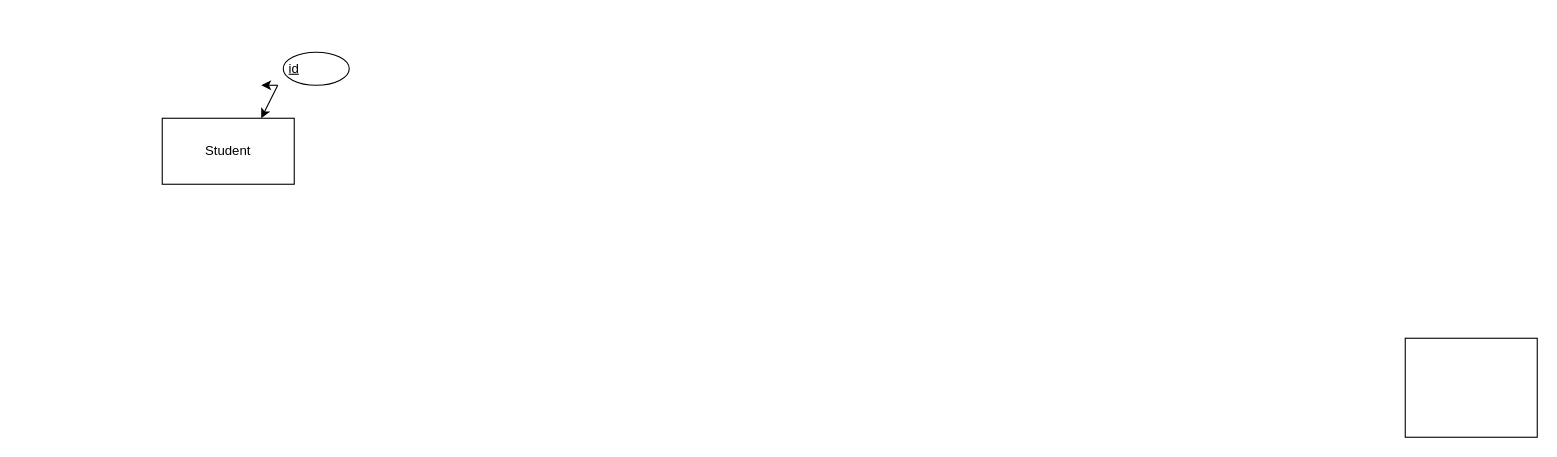
Above: Untitled Diagram.drawio in moali7061/school_system (draw.io), before the change. Source tidied: cells renumbered, new cells numbered last; positions are measured from the earlier drawing's top-left corner, leaving out a move shared by most shapes. Both pictures are drawn from the tidied source at 110%, with x=0, y=0 at pixel (162, 52).
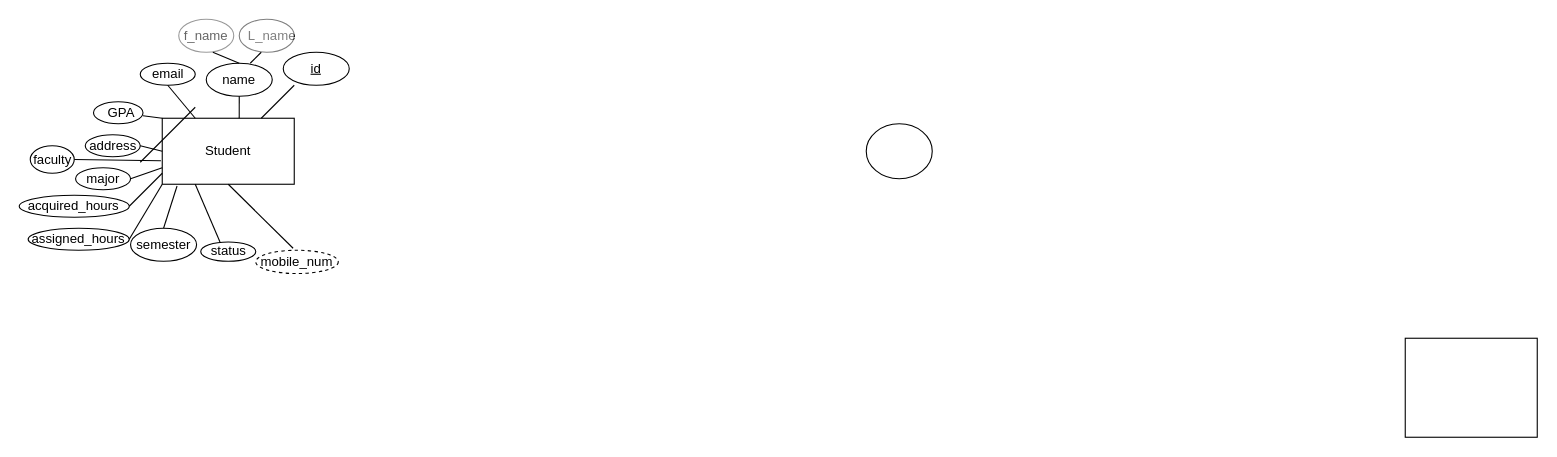
Above is the later version.

Unchanged cells that the change refers to:
```xml
<mxCell id="2" style="rounded=0;whiteSpace=wrap;html=1;" parent="1" vertex="1">
  <mxGeometry y="60" width="120" height="60" as="geometry" />
</mxCell>
```

Diff of the diagram source:
```diff
@@
-    <mxCell id="6" style="edgeStyle=none;rounded=0;jettySize=auto;html=1;exitX=0.25;exitY=1;exitDx=0;exitDy=0;entryX=0.75;entryY=0;entryDx=0;entryDy=0;" parent="1" edge="1" source="7" target="2">
-      <mxGeometry relative="1" as="geometry" />
-    </mxCell>
+    <mxCell id="8" style="edgeStyle=none;rounded=0;orthogonalLoop=1;jettySize=auto;html=1;exitX=0;exitY=1;exitDx=0;exitDy=0;" parent="1" edge="1" source="7" target="7">
+      <mxGeometry relative="1" as="geometry" />
+    </mxCell>
+    <mxCell id="9" style="endArrow=none;html=1;rounded=0;" parent="1" edge="1" source="2">
+      <mxGeometry relative="1" as="geometry">
+        <mxPoint x="120" y="30" as="targetPoint" />
+      </mxGeometry>
+    </mxCell>
+    <mxCell id="10" style="ellipse;whiteSpace=wrap;html=1;" parent="1" vertex="1">
+      <mxGeometry x="40" y="10" width="60" height="30" as="geometry" />
+    </mxCell>
+    <mxCell id="11" value="name" style="text;html=1;align=center;verticalAlign=middle;whiteSpace=wrap;rounded=0;" parent="1" vertex="1">
+      <mxGeometry x="45" y="15" width="50" height="20" as="geometry" />
+    </mxCell>
+    <mxCell id="12" style="edgeStyle=none;rounded=0;orthogonalLoop=1;jettySize=auto;html=1;exitX=0;exitY=1;exitDx=0;exitDy=0;" parent="1" edge="1" source="11" target="11">
+      <mxGeometry relative="1" as="geometry" />
+    </mxCell>
+    <mxCell id="13" value="f_name" style="text;html=1;align=center;verticalAlign=middle;whiteSpace=wrap;rounded=0;" parent="1" vertex="1">
+      <mxGeometry x="10" y="-30" width="60" height="30" as="geometry" />
+    </mxCell>
+    <mxCell id="14" value="L_name" style="text;html=1;align=center;verticalAlign=middle;whiteSpace=wrap;rounded=0;" parent="1" vertex="1">
+      <mxGeometry x="70" y="-30" width="60" height="30" as="geometry" />
+    </mxCell>
+    <mxCell id="15" style="ellipse;whiteSpace=wrap;html=1;" parent="1" vertex="1">
+      <mxGeometry x="640" y="65" width="60" height="50" as="geometry" />
+    </mxCell>
+    <mxCell id="16" style="ellipse;whiteSpace=wrap;html=1;opacity=50;" parent="1" vertex="1">
+      <mxGeometry x="70" y="-30" width="50" height="30" as="geometry" />
+    </mxCell>
+    <mxCell id="17" style="ellipse;whiteSpace=wrap;html=1;opacity=40;" parent="1" vertex="1">
+      <mxGeometry x="15" y="-30" width="50" height="30" as="geometry" />
+    </mxCell>
+    <mxCell id="18" style="endArrow=none;html=1;rounded=0;" parent="1" edge="1">
+      <mxGeometry relative="1" as="geometry">
+        <mxPoint x="80" y="10" as="sourcePoint" />
+        <mxPoint x="90" as="targetPoint" />
+      </mxGeometry>
+    </mxCell>
+    <mxCell id="19" style="endArrow=none;html=1;rounded=0;exitX=0.5;exitY=0;exitDx=0;exitDy=0;" parent="1" edge="1" source="10">
+      <mxGeometry relative="1" as="geometry">
+        <mxPoint x="46" as="targetPoint" />
+      </mxGeometry>
+    </mxCell>
     <mxCell id="7" value="&lt;u&gt;id&lt;/u&gt;" style="text;html=1;align=center;verticalAlign=middle;whiteSpace=wrap;rounded=0;" parent="1" vertex="1">
-      <mxGeometry x="90" width="60" height="30" as="geometry" />
+      <mxGeometry x="110" width="60" height="30" as="geometry" />
     </mxCell>
-    <mxCell id="8" style="edgeStyle=orthogonalEdgeStyle;rounded=0;orthogonalLoop=1;jettySize=auto;html=1;exitX=0.25;exitY=1;exitDx=0;exitDy=0;entryX=0;entryY=1;entryDx=0;entryDy=0;" parent="1" edge="1" source="7" target="7">
-      <mxGeometry relative="1" as="geometry" />
-    </mxCell>
+    <mxCell id="20" style="endArrow=none;html=1;rounded=0;exitX=0.583;exitY=0;exitDx=0;exitDy=0;exitPerimeter=0;" parent="1" edge="1" source="2">
+      <mxGeometry relative="1" as="geometry">
+        <mxPoint x="70" y="40" as="targetPoint" />
+      </mxGeometry>
+    </mxCell>
+    <mxCell id="21" style="ellipse;whiteSpace=wrap;html=1;" parent="1" vertex="1">
+      <mxGeometry x="-20" y="10" width="50" height="20" as="geometry" />
+    </mxCell>
+    <mxCell id="22" value="email" style="text;html=1;align=center;verticalAlign=middle;whiteSpace=wrap;rounded=0;" parent="1" vertex="1">
+      <mxGeometry x="-17.5" y="12.5" width="45" height="15" as="geometry" />
+    </mxCell>
+    <mxCell id="23" style="ellipse;whiteSpace=wrap;html=1;" parent="1" vertex="1">
+      <mxGeometry x="-62.5" y="45" width="45" height="20" as="geometry" />
+    </mxCell>
+    <mxCell id="24" value="GPA" style="text;html=1;align=center;verticalAlign=middle;whiteSpace=wrap;rounded=0;" parent="1" vertex="1">
+      <mxGeometry x="-57.5" y="50" width="40" height="10" as="geometry" />
+    </mxCell>
+    <mxCell id="25" style="endArrow=none;html=1;rounded=0;exitX=0.25;exitY=0;exitDx=0;exitDy=0;entryX=0.5;entryY=1;entryDx=0;entryDy=0;" parent="1" edge="1" source="2" target="21">
+      <mxGeometry relative="1" as="geometry" />
+    </mxCell>
+    <mxCell id="26" style="endArrow=none;html=1;rounded=0;entryX=0;entryY=0;entryDx=0;entryDy=0;" parent="1" edge="1" source="24" target="2">
+      <mxGeometry relative="1" as="geometry" />
+    </mxCell>
+    <mxCell id="27" style="ellipse;whiteSpace=wrap;html=1;" parent="1" vertex="1">
+      <mxGeometry x="-70" y="75" width="50" height="20" as="geometry" />
+    </mxCell>
+    <mxCell id="28" value="address" style="text;html=1;align=center;verticalAlign=middle;whiteSpace=wrap;rounded=0;" parent="1" vertex="1">
+      <mxGeometry x="-61.2" y="80" width="32.5" height="10" as="geometry" />
+    </mxCell>
+    <mxCell id="29" style="endArrow=none;html=1;rounded=0;exitX=0;exitY=0.5;exitDx=0;exitDy=0;entryX=1;entryY=0.5;entryDx=0;entryDy=0;" parent="1" edge="1" source="2" target="27">
+      <mxGeometry relative="1" as="geometry" />
+    </mxCell>
+    <mxCell id="30" style="ellipse;whiteSpace=wrap;html=1;" parent="1" vertex="1">
+      <mxGeometry x="-120" y="85" width="40" height="25" as="geometry" />
+    </mxCell>
+    <mxCell id="31" value="faculty" style="text;html=1;align=center;verticalAlign=middle;whiteSpace=wrap;rounded=0;" parent="1" vertex="1">
+      <mxGeometry x="-112.5" y="90" width="25" height="15" as="geometry" />
+    </mxCell>
+    <mxCell id="32" style="endArrow=none;html=1;rounded=0;entryX=-0.01;entryY=0.643;entryDx=0;entryDy=0;entryPerimeter=0;exitX=1;exitY=0.5;exitDx=0;exitDy=0;" parent="1" edge="1" source="30" target="2">
+      <mxGeometry relative="1" as="geometry" />
+    </mxCell>
+    <mxCell id="33" style="ellipse;whiteSpace=wrap;html=1;" parent="1" vertex="1">
+      <mxGeometry x="-78.8" y="105" width="50" height="20" as="geometry" />
+    </mxCell>
+    <mxCell id="34" value="major" style="text;html=1;align=center;verticalAlign=middle;whiteSpace=wrap;rounded=0;" parent="1" vertex="1">
+      <mxGeometry x="-65" y="110" width="22.5" height="10" as="geometry" />
+    </mxCell>
+    <mxCell id="35" style="endArrow=none;html=1;rounded=0;exitX=1;exitY=0.5;exitDx=0;exitDy=0;" parent="1" edge="1" source="33">
+      <mxGeometry relative="1" as="geometry">
+        <mxPoint y="105" as="targetPoint" />
+      </mxGeometry>
+    </mxCell>
+    <mxCell id="36" style="ellipse;whiteSpace=wrap;html=1;" parent="1" vertex="1">
+      <mxGeometry x="-130" y="130" width="100" height="20" as="geometry" />
+    </mxCell>
+    <mxCell id="37" value="acquired_hours" style="text;html=1;align=center;verticalAlign=middle;whiteSpace=wrap;rounded=0;" parent="1" vertex="1">
+      <mxGeometry x="-87.5" y="137.5" width="12.5" height="5" as="geometry" />
+    </mxCell>
+    <mxCell id="38" style="endArrow=none;html=1;rounded=0;" parent="1" edge="1">
+      <mxGeometry relative="1" as="geometry">
+        <mxPoint x="-30" y="140" as="sourcePoint" />
+        <mxPoint y="110" as="targetPoint" />
+      </mxGeometry>
+    </mxCell>
+    <mxCell id="39" style="ellipse;whiteSpace=wrap;html=1;" parent="1" vertex="1">
+      <mxGeometry x="-121.9" y="160" width="91.9" height="20" as="geometry" />
+    </mxCell>
+    <mxCell id="40" value="assigned_hours" style="text;html=1;align=center;verticalAlign=middle;whiteSpace=wrap;rounded=0;" parent="1" vertex="1">
+      <mxGeometry x="-95.9" y="155" width="40" height="30" as="geometry" />
+    </mxCell>
+    <mxCell id="41" style="endArrow=none;html=1;rounded=0;" parent="1" edge="1">
+      <mxGeometry relative="1" as="geometry">
+        <mxPoint x="-20" y="100" as="sourcePoint" />
+        <mxPoint x="30" y="50" as="targetPoint" />
+      </mxGeometry>
+    </mxCell>
+    <mxCell id="42" style="endArrow=none;html=1;rounded=0;entryX=0;entryY=1;entryDx=0;entryDy=0;" parent="1" edge="1" target="2">
+      <mxGeometry relative="1" as="geometry">
+        <mxPoint x="-30" y="170" as="sourcePoint" />
+      </mxGeometry>
+    </mxCell>
+    <mxCell id="43" style="ellipse;whiteSpace=wrap;html=1;" parent="1" vertex="1">
+      <mxGeometry x="-28.8" y="160" width="60" height="30" as="geometry" />
+    </mxCell>
+    <mxCell id="44" value="semester" style="text;html=1;align=center;verticalAlign=middle;whiteSpace=wrap;rounded=0;" parent="1" vertex="1">
+      <mxGeometry x="-21.2" y="167.5" width="45" height="15" as="geometry" />
+    </mxCell>
+    <mxCell id="45" style="endArrow=none;html=1;rounded=0;exitX=0.5;exitY=0;exitDx=0;exitDy=0;entryX=0.112;entryY=1.026;entryDx=0;entryDy=0;entryPerimeter=0;" parent="1" edge="1" source="43" target="2">
+      <mxGeometry relative="1" as="geometry" />
+    </mxCell>
+    <mxCell id="46" style="ellipse;whiteSpace=wrap;html=1;" parent="1" vertex="1">
+      <mxGeometry x="35" y="172.5" width="50" height="17.5" as="geometry" />
+    </mxCell>
+    <mxCell id="47" value="status" style="text;html=1;align=center;verticalAlign=middle;whiteSpace=wrap;rounded=0;" parent="1" vertex="1">
+      <mxGeometry x="52.5" y="178.8" width="15" height="5" as="geometry" />
+    </mxCell>
+    <mxCell id="48" style="endArrow=none;html=1;rounded=0;entryX=0.25;entryY=1;entryDx=0;entryDy=0;" parent="1" edge="1" target="2">
+      <mxGeometry relative="1" as="geometry">
+        <mxPoint x="52.5" y="172.5" as="sourcePoint" />
+      </mxGeometry>
+    </mxCell>
+    <mxCell id="49" value="mobile_num" style="ellipse;whiteSpace=wrap;html=1;align=center;dashed=1;" parent="1" vertex="1">
+      <mxGeometry x="85" y="180" width="75" height="21.2" as="geometry" />
+    </mxCell>
+    <mxCell id="50" style="endArrow=none;html=1;rounded=0;exitX=0.453;exitY=-0.086;exitDx=0;exitDy=0;exitPerimeter=0;entryX=0.5;entryY=1;entryDx=0;entryDy=0;" parent="1" edge="1" source="49" target="2">
+      <mxGeometry relative="1" as="geometry" />
+    </mxCell>
```
